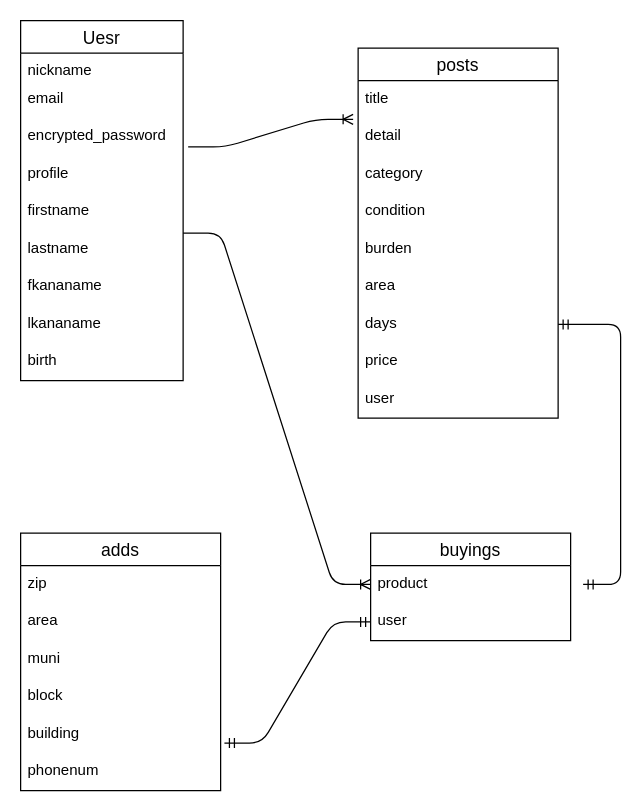
Before: ER.dio in Kohei1204/furima-34284, a draw.io diagram. Source tidied: cells renumbered, new cells numbered last; positions are measured from the earlier drawing's top-left corner, leaving out a move shared by most shapes. Both pictures are drawn from the tidied source at 125%, with x=0, y=0 at pixel (20, 20).
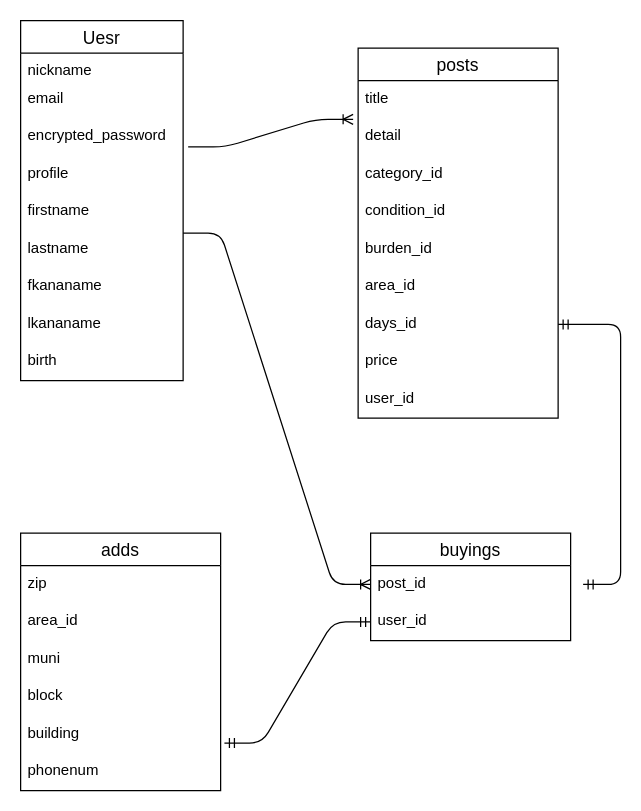
Above is the later version.

Commit message (it also covers changes not shown here):
外部キーの設定

Unchanged cells that the change refers to:
```xml
<mxCell id="12" value="adds" style="swimlane;fontStyle=0;horizontal=1;startSize=26;align=center;fontSize=14;" parent="1" vertex="1">
  <mxGeometry y="410" width="160" height="206" as="geometry" />
</mxCell>
<mxCell id="19" value="posts" style="swimlane;fontStyle=0;horizontal=1;startSize=26;align=center;fontSize=14;" parent="1" vertex="1">
  <mxGeometry x="270" y="22" width="160" height="296" as="geometry" />
</mxCell>
<mxCell id="30" value="buyings" style="swimlane;fontStyle=0;horizontal=1;startSize=26;align=center;fontSize=14;" parent="1" vertex="1">
  <mxGeometry x="280" y="410" width="160" height="86" as="geometry" />
</mxCell>
```

The edit, as a diff of the source:
```diff
@@
-    <mxCell id="14" value="area" style="text;strokeColor=none;fillColor=none;spacingLeft=4;spacingRight=4;overflow=hidden;fontSize=12;" parent="12" vertex="1">
+    <mxCell id="14" value="area_id" style="text;strokeColor=none;fillColor=none;spacingLeft=4;spacingRight=4;overflow=hidden;fontSize=12;" parent="12" vertex="1">
       <mxGeometry y="56" width="160" height="30" as="geometry" />
     </mxCell>
@@
-    <mxCell id="22" value="category" style="text;strokeColor=none;fillColor=none;spacingLeft=4;spacingRight=4;overflow=hidden;fontSize=12;align=left;verticalAlign=top;" parent="19" vertex="1">
+    <mxCell id="22" value="category_id" style="text;strokeColor=none;fillColor=none;spacingLeft=4;spacingRight=4;overflow=hidden;fontSize=12;align=left;verticalAlign=top;" parent="19" vertex="1">
       <mxGeometry y="86" width="160" height="30" as="geometry" />
     </mxCell>
-    <mxCell id="23" value="condition" style="text;strokeColor=none;fillColor=none;spacingLeft=4;spacingRight=4;overflow=hidden;fontSize=12;align=left;verticalAlign=top;" parent="19" vertex="1">
+    <mxCell id="23" value="condition_id" style="text;strokeColor=none;fillColor=none;spacingLeft=4;spacingRight=4;overflow=hidden;fontSize=12;align=left;verticalAlign=top;" parent="19" vertex="1">
       <mxGeometry y="116" width="160" height="30" as="geometry" />
     </mxCell>
-    <mxCell id="24" value="burden" style="text;strokeColor=none;fillColor=none;spacingLeft=4;spacingRight=4;overflow=hidden;fontSize=12;align=left;verticalAlign=top;" parent="19" vertex="1">
+    <mxCell id="24" value="burden_id" style="text;strokeColor=none;fillColor=none;spacingLeft=4;spacingRight=4;overflow=hidden;fontSize=12;align=left;verticalAlign=top;" parent="19" vertex="1">
       <mxGeometry y="146" width="160" height="30" as="geometry" />
     </mxCell>
-    <mxCell id="25" value="area" style="text;strokeColor=none;fillColor=none;spacingLeft=4;spacingRight=4;overflow=hidden;fontSize=12;align=left;verticalAlign=top;" parent="19" vertex="1">
+    <mxCell id="25" value="area_id" style="text;strokeColor=none;fillColor=none;spacingLeft=4;spacingRight=4;overflow=hidden;fontSize=12;align=left;verticalAlign=top;" parent="19" vertex="1">
       <mxGeometry y="176" width="160" height="30" as="geometry" />
     </mxCell>
-    <mxCell id="26" value="days" style="text;strokeColor=none;fillColor=none;spacingLeft=4;spacingRight=4;overflow=hidden;points=[[0,0.5],[1,0.5]];portConstraint=eastwest;fontSize=12;align=left;verticalAlign=top;" parent="19" vertex="1">
+    <mxCell id="26" value="days_id" style="text;strokeColor=none;fillColor=none;spacingLeft=4;spacingRight=4;overflow=hidden;points=[[0,0.5],[1,0.5]];portConstraint=eastwest;fontSize=12;align=left;verticalAlign=top;" parent="19" vertex="1">
       <mxGeometry y="206" width="160" height="30" as="geometry" />
     </mxCell>
@@
-    <mxCell id="28" value="user" style="text;strokeColor=none;fillColor=none;spacingLeft=4;spacingRight=4;overflow=hidden;fontSize=12;" parent="19" vertex="1">
+    <mxCell id="28" value="user_id" style="text;strokeColor=none;fillColor=none;spacingLeft=4;spacingRight=4;overflow=hidden;fontSize=12;" parent="19" vertex="1">
       <mxGeometry y="266" width="160" height="30" as="geometry" />
     </mxCell>
@@
-    <mxCell id="31" value="product" style="text;strokeColor=none;fillColor=none;spacingLeft=4;spacingRight=4;overflow=hidden;points=[[0,0.5],[1,0.5]];portConstraint=eastwest;fontSize=12;" parent="30" vertex="1">
+    <mxCell id="31" value="post_id" style="text;strokeColor=none;fillColor=none;spacingLeft=4;spacingRight=4;overflow=hidden;points=[[0,0.5],[1,0.5]];portConstraint=eastwest;fontSize=12;" parent="30" vertex="1">
       <mxGeometry y="26" width="160" height="30" as="geometry" />
     </mxCell>
-    <mxCell id="32" value="user" style="text;strokeColor=none;fillColor=none;spacingLeft=4;spacingRight=4;overflow=hidden;points=[[0,0.5],[1,0.5]];portConstraint=eastwest;fontSize=12;" parent="30" vertex="1">
+    <mxCell id="32" value="user_id" style="text;strokeColor=none;fillColor=none;spacingLeft=4;spacingRight=4;overflow=hidden;points=[[0,0.5],[1,0.5]];portConstraint=eastwest;fontSize=12;" parent="30" vertex="1">
       <mxGeometry y="56" width="160" height="30" as="geometry" />
     </mxCell>
```
